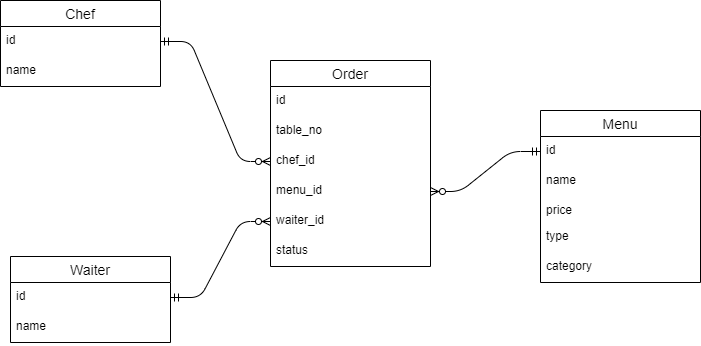
Above: img/erd.png in epebri/btpns-test (draw.io), before the change. Source tidied: cells renumbered, new cells last; positions are measured from the earlier drawing's top-left corner, leaving out a move shared by most shapes. Its diagram source:
```xml
<mxGraphModel>
  <root>
    <mxCell id="0" />
    <mxCell id="1" parent="0" />
    <mxCell id="2" value="Chef" style="swimlane;fontStyle=0;horizontal=1;startSize=26;align=center;fontSize=14;" parent="1" vertex="1">
      <mxGeometry width="160" height="86" as="geometry" />
    </mxCell>
    <mxCell id="3" value="id" style="text;strokeColor=none;fillColor=none;spacingLeft=4;spacingRight=4;overflow=hidden;points=[[0,0.5],[1,0.5]];portConstraint=eastwest;fontSize=12;" parent="2" vertex="1">
      <mxGeometry y="26" width="160" height="30" as="geometry" />
    </mxCell>
    <mxCell id="4" value="name" style="text;strokeColor=none;fillColor=none;spacingLeft=4;spacingRight=4;overflow=hidden;fontSize=12;" parent="2" vertex="1">
      <mxGeometry y="56" width="160" height="30" as="geometry" />
    </mxCell>
    <mxCell id="5" value="Order" style="swimlane;fontStyle=0;horizontal=1;startSize=26;align=center;fontSize=14;" parent="1" vertex="1">
      <mxGeometry x="270" y="60" width="160" height="206" as="geometry" />
    </mxCell>
    <mxCell id="6" value="id" style="text;strokeColor=none;fillColor=none;spacingLeft=4;spacingRight=4;overflow=hidden;fontSize=12;" parent="5" vertex="1">
      <mxGeometry y="26" width="160" height="30" as="geometry" />
    </mxCell>
    <mxCell id="7" value="table_no" style="text;strokeColor=none;fillColor=none;spacingLeft=4;spacingRight=4;overflow=hidden;fontSize=12;" parent="5" vertex="1">
      <mxGeometry y="56" width="160" height="30" as="geometry" />
    </mxCell>
    <mxCell id="8" value="chef_id" style="text;strokeColor=none;fillColor=none;spacingLeft=4;spacingRight=4;overflow=hidden;points=[[0,0.5],[1,0.5]];portConstraint=eastwest;fontSize=12;" parent="5" vertex="1">
      <mxGeometry y="86" width="160" height="30" as="geometry" />
    </mxCell>
    <mxCell id="9" value="menu_id" style="text;strokeColor=none;fillColor=none;spacingLeft=4;spacingRight=4;overflow=hidden;points=[[0,0.5],[1,0.5]];portConstraint=eastwest;fontSize=12;" parent="5" vertex="1">
      <mxGeometry y="116" width="160" height="30" as="geometry" />
    </mxCell>
    <mxCell id="10" value="waiter_id" style="text;strokeColor=none;fillColor=none;spacingLeft=4;spacingRight=4;overflow=hidden;points=[[0,0.5],[1,0.5]];portConstraint=eastwest;fontSize=12;" parent="5" vertex="1">
      <mxGeometry y="146" width="160" height="30" as="geometry" />
    </mxCell>
    <mxCell id="11" value="status" style="text;strokeColor=none;fillColor=none;spacingLeft=4;spacingRight=4;overflow=hidden;fontSize=12;" parent="5" vertex="1">
      <mxGeometry y="176" width="160" height="30" as="geometry" />
    </mxCell>
    <mxCell id="12" value="Menu" style="swimlane;fontStyle=0;horizontal=1;startSize=26;align=center;fontSize=14;" parent="1" vertex="1">
      <mxGeometry x="540" y="110" width="160" height="172" as="geometry" />
    </mxCell>
    <mxCell id="13" value="id" style="text;strokeColor=none;fillColor=none;spacingLeft=4;spacingRight=4;overflow=hidden;points=[[0,0.5],[1,0.5]];portConstraint=eastwest;fontSize=12;" parent="12" vertex="1">
      <mxGeometry y="26" width="160" height="30" as="geometry" />
    </mxCell>
    <mxCell id="14" value="name" style="text;strokeColor=none;fillColor=none;spacingLeft=4;spacingRight=4;overflow=hidden;fontSize=12;" parent="12" vertex="1">
      <mxGeometry y="56" width="160" height="30" as="geometry" />
    </mxCell>
    <mxCell id="15" value="price" style="text;strokeColor=none;fillColor=none;align=left;verticalAlign=top;spacingLeft=4;spacingRight=4;overflow=hidden;" parent="12" vertex="1">
      <mxGeometry y="86" width="160" height="26" as="geometry" />
    </mxCell>
    <mxCell id="16" value="type" style="text;strokeColor=none;fillColor=none;spacingLeft=4;spacingRight=4;overflow=hidden;fontSize=12;" parent="12" vertex="1">
      <mxGeometry y="112" width="160" height="30" as="geometry" />
    </mxCell>
    <mxCell id="17" value="category" style="text;strokeColor=none;fillColor=none;spacingLeft=4;spacingRight=4;overflow=hidden;fontSize=12;" parent="12" vertex="1">
      <mxGeometry y="142" width="160" height="30" as="geometry" />
    </mxCell>
    <mxCell id="18" value="Waiter" style="swimlane;fontStyle=0;horizontal=1;startSize=26;align=center;fontSize=14;" parent="1" vertex="1">
      <mxGeometry x="10" y="256" width="160" height="86" as="geometry" />
    </mxCell>
    <mxCell id="19" value="id" style="text;strokeColor=none;fillColor=none;spacingLeft=4;spacingRight=4;overflow=hidden;points=[[0,0.5],[1,0.5]];portConstraint=eastwest;fontSize=12;" parent="18" vertex="1">
      <mxGeometry y="26" width="160" height="30" as="geometry" />
    </mxCell>
    <mxCell id="20" value="name" style="text;strokeColor=none;fillColor=none;spacingLeft=4;spacingRight=4;overflow=hidden;fontSize=12;" parent="18" vertex="1">
      <mxGeometry y="56" width="160" height="30" as="geometry" />
    </mxCell>
    <mxCell id="21" style="edgeStyle=entityRelationEdgeStyle;fontSize=12;html=1;endArrow=ERzeroToMany;startArrow=ERmandOne;entryX=0;entryY=0.5;entryDx=0;entryDy=0;" parent="1" edge="1" source="3" target="8">
      <mxGeometry relative="1" as="geometry" />
    </mxCell>
    <mxCell id="22" style="edgeStyle=entityRelationEdgeStyle;fontSize=12;html=1;endArrow=ERzeroToMany;startArrow=ERmandOne;entryX=0;entryY=0.5;entryDx=0;entryDy=0;exitX=1;exitY=0.5;exitDx=0;exitDy=0;" parent="1" edge="1" source="19" target="10">
      <mxGeometry relative="1" as="geometry" />
    </mxCell>
    <mxCell id="23" style="edgeStyle=entityRelationEdgeStyle;fontSize=12;html=1;endArrow=ERzeroToMany;startArrow=ERmandOne;entryX=1;entryY=0.5;entryDx=0;entryDy=0;exitX=0;exitY=0.5;exitDx=0;exitDy=0;" parent="1" edge="1" source="13" target="9">
      <mxGeometry relative="1" as="geometry" />
    </mxCell>
  </root>
</mxGraphModel>
```
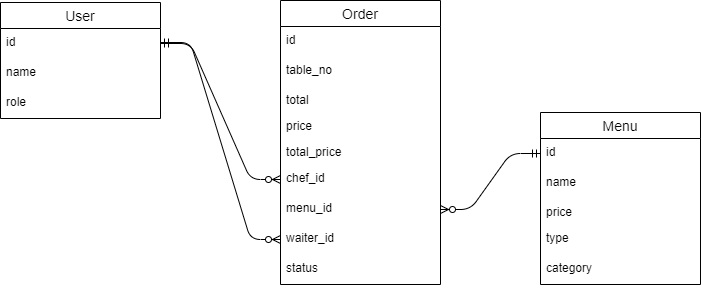
The same diagram one commit later.

What changed in the source:
```diff
@@ -2,8 +2,8 @@
   <root>
     <mxCell id="0" />
     <mxCell id="1" parent="0" />
-    <mxCell id="2" value="Chef" style="swimlane;fontStyle=0;horizontal=1;startSize=26;align=center;fontSize=14;" parent="1" vertex="1">
-      <mxGeometry width="160" height="86" as="geometry" />
+    <mxCell id="2" value="User" style="swimlane;fontStyle=0;horizontal=1;startSize=26;align=center;fontSize=14;" parent="1" vertex="1">
+      <mxGeometry width="160" height="116" as="geometry" />
     </mxCell>
     <mxCell id="3" value="id" style="text;strokeColor=none;fillColor=none;spacingLeft=4;spacingRight=4;overflow=hidden;points=[[0,0.5],[1,0.5]];portConstraint=eastwest;fontSize=12;" parent="2" vertex="1">
       <mxGeometry y="26" width="160" height="30" as="geometry" />
@@ -11,8 +11,11 @@
     <mxCell id="4" value="name" style="text;strokeColor=none;fillColor=none;spacingLeft=4;spacingRight=4;overflow=hidden;fontSize=12;" parent="2" vertex="1">
       <mxGeometry y="56" width="160" height="30" as="geometry" />
     </mxCell>
+    <mxCell id="19" value="role" style="text;strokeColor=none;fillColor=none;spacingLeft=4;spacingRight=4;overflow=hidden;points=[[0,0.5],[1,0.5]];portConstraint=eastwest;fontSize=12;" parent="2" vertex="1">
+      <mxGeometry y="86" width="160" height="30" as="geometry" />
+    </mxCell>
     <mxCell id="5" value="Order" style="swimlane;fontStyle=0;horizontal=1;startSize=26;align=center;fontSize=14;" parent="1" vertex="1">
-      <mxGeometry x="270" y="60" width="160" height="206" as="geometry" />
+      <mxGeometry x="280" y="-2" width="160" height="284" as="geometry" />
     </mxCell>
     <mxCell id="6" value="id" style="text;strokeColor=none;fillColor=none;spacingLeft=4;spacingRight=4;overflow=hidden;fontSize=12;" parent="5" vertex="1">
       <mxGeometry y="26" width="160" height="30" as="geometry" />
@@ -20,17 +23,26 @@
     <mxCell id="7" value="table_no" style="text;strokeColor=none;fillColor=none;spacingLeft=4;spacingRight=4;overflow=hidden;fontSize=12;" parent="5" vertex="1">
       <mxGeometry y="56" width="160" height="30" as="geometry" />
     </mxCell>
+    <mxCell id="24" value="total" style="text;strokeColor=none;fillColor=none;align=left;verticalAlign=top;spacingLeft=4;spacingRight=4;overflow=hidden;" parent="5" vertex="1">
+      <mxGeometry y="86" width="160" height="26" as="geometry" />
+    </mxCell>
+    <mxCell id="25" value="price" style="text;strokeColor=none;fillColor=none;align=left;verticalAlign=top;spacingLeft=4;spacingRight=4;overflow=hidden;" parent="5" vertex="1">
+      <mxGeometry y="112" width="160" height="26" as="geometry" />
+    </mxCell>
+    <mxCell id="26" value="total_price" style="text;strokeColor=none;fillColor=none;align=left;verticalAlign=top;spacingLeft=4;spacingRight=4;overflow=hidden;" parent="5" vertex="1">
+      <mxGeometry y="138" width="160" height="26" as="geometry" />
+    </mxCell>
     <mxCell id="8" value="chef_id" style="text;strokeColor=none;fillColor=none;spacingLeft=4;spacingRight=4;overflow=hidden;points=[[0,0.5],[1,0.5]];portConstraint=eastwest;fontSize=12;" parent="5" vertex="1">
-      <mxGeometry y="86" width="160" height="30" as="geometry" />
+      <mxGeometry y="164" width="160" height="30" as="geometry" />
     </mxCell>
     <mxCell id="9" value="menu_id" style="text;strokeColor=none;fillColor=none;spacingLeft=4;spacingRight=4;overflow=hidden;points=[[0,0.5],[1,0.5]];portConstraint=eastwest;fontSize=12;" parent="5" vertex="1">
-      <mxGeometry y="116" width="160" height="30" as="geometry" />
+      <mxGeometry y="194" width="160" height="30" as="geometry" />
     </mxCell>
     <mxCell id="10" value="waiter_id" style="text;strokeColor=none;fillColor=none;spacingLeft=4;spacingRight=4;overflow=hidden;points=[[0,0.5],[1,0.5]];portConstraint=eastwest;fontSize=12;" parent="5" vertex="1">
-      <mxGeometry y="146" width="160" height="30" as="geometry" />
+      <mxGeometry y="224" width="160" height="30" as="geometry" />
     </mxCell>
     <mxCell id="11" value="status" style="text;strokeColor=none;fillColor=none;spacingLeft=4;spacingRight=4;overflow=hidden;fontSize=12;" parent="5" vertex="1">
-      <mxGeometry y="176" width="160" height="30" as="geometry" />
+      <mxGeometry y="254" width="160" height="30" as="geometry" />
     </mxCell>
     <mxCell id="12" value="Menu" style="swimlane;fontStyle=0;horizontal=1;startSize=26;align=center;fontSize=14;" parent="1" vertex="1">
       <mxGeometry x="540" y="110" width="160" height="172" as="geometry" />
@@ -50,20 +62,13 @@
     <mxCell id="17" value="category" style="text;strokeColor=none;fillColor=none;spacingLeft=4;spacingRight=4;overflow=hidden;fontSize=12;" parent="12" vertex="1">
       <mxGeometry y="142" width="160" height="30" as="geometry" />
     </mxCell>
-    <mxCell id="18" value="Waiter" style="swimlane;fontStyle=0;horizontal=1;startSize=26;align=center;fontSize=14;" parent="1" vertex="1">
-      <mxGeometry x="10" y="256" width="160" height="86" as="geometry" />
-    </mxCell>
-    <mxCell id="19" value="id" style="text;strokeColor=none;fillColor=none;spacingLeft=4;spacingRight=4;overflow=hidden;points=[[0,0.5],[1,0.5]];portConstraint=eastwest;fontSize=12;" parent="18" vertex="1">
-      <mxGeometry y="26" width="160" height="30" as="geometry" />
-    </mxCell>
-    <mxCell id="20" value="name" style="text;strokeColor=none;fillColor=none;spacingLeft=4;spacingRight=4;overflow=hidden;fontSize=12;" parent="18" vertex="1">
-      <mxGeometry y="56" width="160" height="30" as="geometry" />
-    </mxCell>
     <mxCell id="21" style="edgeStyle=entityRelationEdgeStyle;fontSize=12;html=1;endArrow=ERzeroToMany;startArrow=ERmandOne;entryX=0;entryY=0.5;entryDx=0;entryDy=0;" parent="1" edge="1" source="3" target="8">
       <mxGeometry relative="1" as="geometry" />
     </mxCell>
-    <mxCell id="22" style="edgeStyle=entityRelationEdgeStyle;fontSize=12;html=1;endArrow=ERzeroToMany;startArrow=ERmandOne;entryX=0;entryY=0.5;entryDx=0;entryDy=0;exitX=1;exitY=0.5;exitDx=0;exitDy=0;" parent="1" edge="1" source="19" target="10">
-      <mxGeometry relative="1" as="geometry" />
+    <mxCell id="22" style="edgeStyle=entityRelationEdgeStyle;fontSize=12;html=1;endArrow=ERzeroToMany;startArrow=ERmandOne;entryX=0;entryY=0.5;entryDx=0;entryDy=0;" parent="1" edge="1" target="10">
+      <mxGeometry relative="1" as="geometry">
+        <mxPoint x="160" y="40" as="sourcePoint" />
+      </mxGeometry>
     </mxCell>
     <mxCell id="23" style="edgeStyle=entityRelationEdgeStyle;fontSize=12;html=1;endArrow=ERzeroToMany;startArrow=ERmandOne;entryX=1;entryY=0.5;entryDx=0;entryDy=0;exitX=0;exitY=0.5;exitDx=0;exitDy=0;" parent="1" edge="1" source="13" target="9">
       <mxGeometry relative="1" as="geometry" />
```
